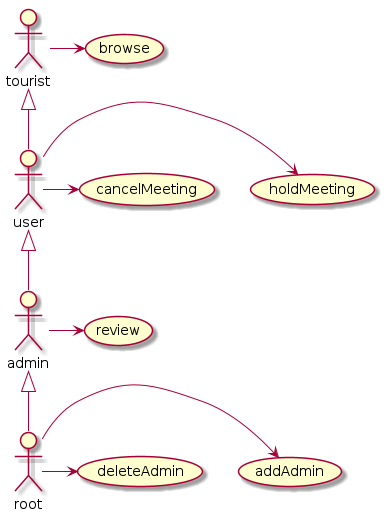
Before: doc/Usecase.png, a diagram exported from PlantUML (YSH1014/meeting).
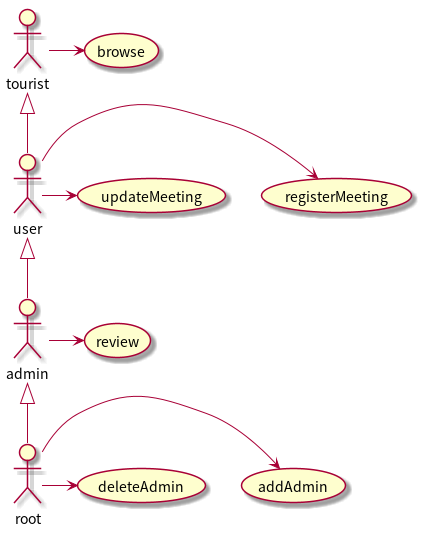
The same file after the commit.

Change to the diagram source:
```diff
@@ -8,8 +8,8 @@
 
 
 usecase browse
-usecase holdMeeting
-usecase cancelMeeting
+usecase registerMeeting
+usecase updateMeeting
 usecase review
 usecase addAdmin
 usecase deleteAdmin
@@ -23,8 +23,8 @@
 
 
 tourist->browse
-user->holdMeeting
-user->cancelMeeting
+user->registerMeeting
+user->updateMeeting
 admin->review
 root->addAdmin
 root->deleteAdmin
```
